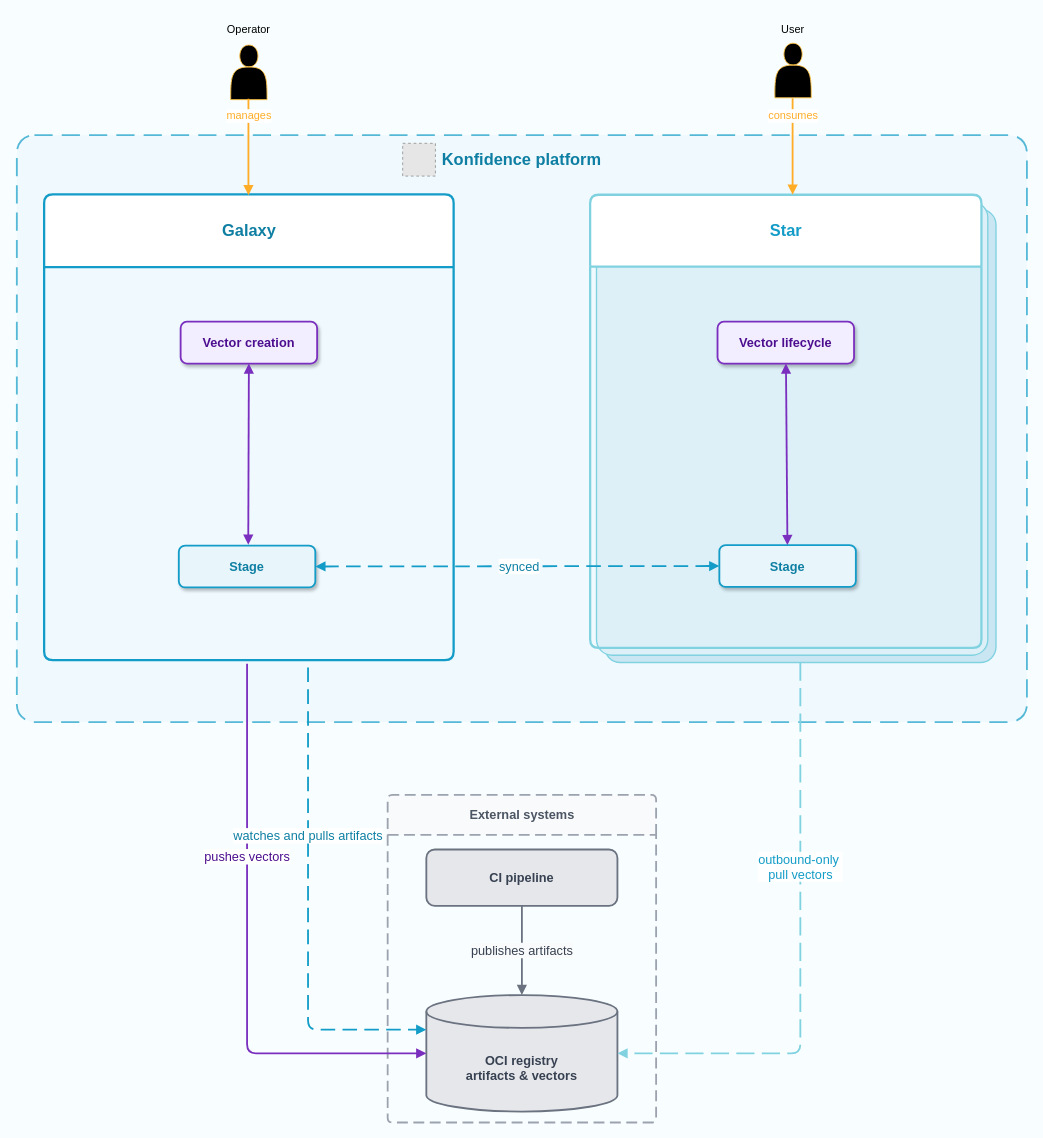
The draw.io diagram public/assets/diagrams/konfidence-architecture.drawio in konfidence-project/konfidence-docs, before the edit. Source tidied: cells renumbered, new cells numbered last; positions are measured from the earlier drawing's top-left corner, leaving out a move shared by most shapes. Both pictures are drawn from the tidied source at 91%, with x=0, y=0 at pixel (16, 15). Pictures stored in the file or linked from it are replaced by grey dashed boxes.
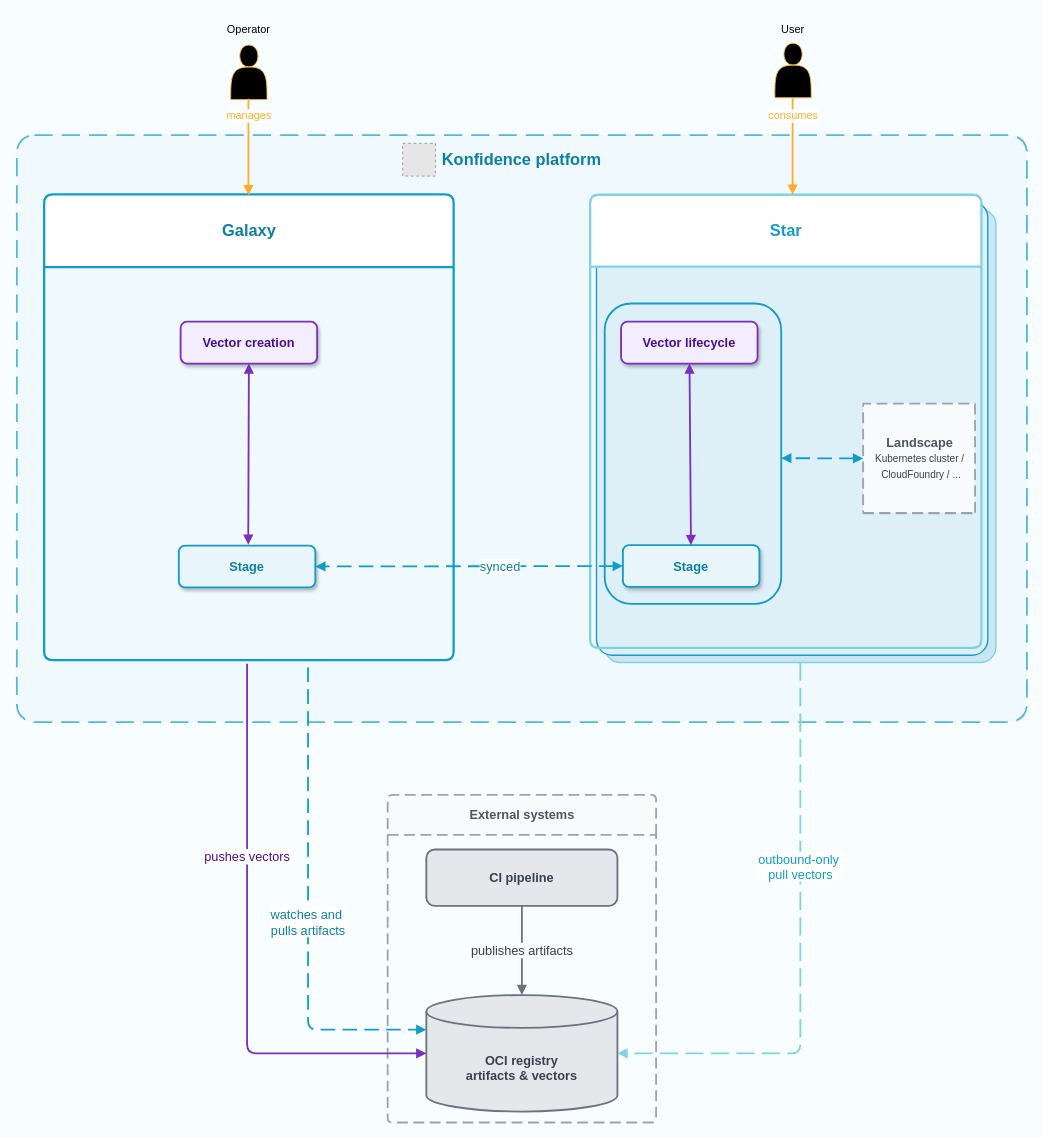
The same page after the edit.

Commit message:
add landscape box

Unchanged cells that the change refers to:
```xml
<mxCell id="5" value="&lt;b&gt;&lt;font style=&quot;font-size: 18px;&quot;&gt;Star&lt;/font&gt;&lt;/b&gt;" style="swimlane;startSize=79;fillColor=#FFFFFF;strokeColor=#80D2E0;strokeWidth=2.5;fontSize=14;fontColor=#139CC7;fontStyle=1;rounded=1;arcSize=4;html=1;" parent="1" vertex="1">
  <mxGeometry x="630" y="196.5" width="430" height="498" as="geometry" />
</mxCell>
<mxCell id="12" value="&lt;b&gt;&lt;font style=&quot;font-size: 14px;&quot;&gt;Stage&lt;/font&gt;&lt;/b&gt;" style="rounded=1;arcSize=15;whiteSpace=wrap;html=1;fillColor=#E8F5FB;strokeColor=#139CC7;strokeWidth=2;fontSize=13;fontColor=#0E7FA3;fontStyle=1;shadow=1;" parent="9" vertex="1">
  <mxGeometry x="148" y="386" width="150" height="46" as="geometry" />
</mxCell>
```

Diff of the diagram source:
```diff
@@
-    <mxCell id="4" style="rounded=1;arcSize=4;fillColor=#DDF0F8;strokeColor=#80D2E0;strokeWidth=1.5;html=1;" parent="1" vertex="1">
+    <mxCell id="4" style="rounded=1;arcSize=4;fillColor=#DDF0F8;strokeColor=light-dark(#139cc7, #ededed);strokeWidth=1.5;html=1;" parent="1" vertex="1">
       <mxGeometry x="637" y="204.5" width="430" height="498" as="geometry" />
     </mxCell>
@@
     <mxCell id="6" value="&lt;b&gt;&lt;font style=&quot;font-size: 14px;&quot;&gt;Stage&lt;/font&gt;&lt;/b&gt;" style="rounded=1;arcSize=15;whiteSpace=wrap;html=1;fillColor=#E8F5FB;strokeColor=#139CC7;strokeWidth=2;fontSize=13;fontColor=#0E7FA3;fontStyle=1;shadow=1;" parent="5" vertex="1">
-      <mxGeometry x="142" y="385" width="150" height="46" as="geometry" />
+      <mxGeometry x="36" y="385" width="150" height="46" as="geometry" />
     </mxCell>
     <mxCell id="7" value="&lt;b&gt;&lt;font style=&quot;font-size: 14px;&quot;&gt;Vector lifecycle&lt;/font&gt;&lt;/b&gt;" style="rounded=1;arcSize=15;whiteSpace=wrap;html=1;fillColor=#F3EEFF;strokeColor=#7B2FBE;strokeWidth=2;fontSize=13;fontColor=#4C0E8F;fontStyle=1;shadow=1;" parent="5" vertex="1">
-      <mxGeometry x="140" y="139.5" width="150" height="46" as="geometry" />
+      <mxGeometry x="34" y="139.5" width="150" height="46" as="geometry" />
     </mxCell>
@@
+    <mxCell id="28" value="&lt;b&gt;Landscape&lt;/b&gt;&lt;div&gt;&lt;span style=&quot;color: rgb(63, 63, 63); font-size: 11px; font-weight: 400;&quot;&gt;Kubernetes cluster /&lt;/span&gt;&lt;/div&gt;&lt;div&gt;&lt;span style=&quot;color: rgb(63, 63, 63); font-size: 11px; font-weight: 400;&quot;&gt;&amp;nbsp;CloudFoundry / ...&lt;/span&gt;&lt;b&gt;&lt;/b&gt;&lt;/div&gt;" style="swimlane;startSize=120;fillColor=#F9FAFB;strokeColor=#9CA3AF;strokeWidth=2;dashed=1;dashPattern=6 3;fontSize=14;fontColor=#4B5563;fontStyle=1;rounded=1;arcSize=4;html=1;" parent="5" vertex="1">
+      <mxGeometry x="300" y="229.5" width="123" height="120.5" as="geometry" />
+    </mxCell>
@@
     <mxCell id="18" value="&lt;font style=&quot;font-size: 14px;&quot;&gt;synced&lt;/font&gt;" style="endArrow=block;startArrow=block;endFill=1;startFill=1;dashed=1;dashPattern=8 4;strokeColor=#139CC7;strokeWidth=2;fontSize=11;fontColor=#0E7FA3;html=1;exitX=0;exitY=0.5;exitDx=0;exitDy=0;entryX=1;entryY=0.5;entryDx=0;entryDy=0;labelBackgroundColor=#FFFFFF;" parent="1" edge="1" source="6" target="12">
-      <mxGeometry x="-0.01" relative="1" as="geometry" />
+      <mxGeometry x="-0.2" relative="1" as="geometry" />
     </mxCell>
@@
-    <mxCell id="27" value="&lt;font style=&quot;font-size: 14px;&quot;&gt;watches and pulls artifacts&lt;/font&gt;" style="endArrow=block;endFill=1;dashed=1;dashPattern=8 4;strokeColor=#139CC7;strokeWidth=2;fontSize=11;fontColor=#0E7FA3;html=1;edgeStyle=orthogonalEdgeStyle;labelBackgroundColor=#FFFFFF;" parent="1" edge="1">
-      <mxGeometry x="-0.3" relative="1" as="geometry">
+    <mxCell id="27" value="&lt;font style=&quot;font-size: 14px;&quot;&gt;watches and&amp;nbsp;&lt;/font&gt;&lt;div&gt;&lt;font style=&quot;font-size: 14px;&quot;&gt;pulls artifacts&lt;/font&gt;&lt;/div&gt;" style="endArrow=block;endFill=1;dashed=1;dashPattern=8 4;strokeColor=#139CC7;strokeWidth=2;fontSize=11;fontColor=#0E7FA3;html=1;edgeStyle=orthogonalEdgeStyle;labelBackgroundColor=#FFFFFF;" parent="1" edge="1">
+      <mxGeometry x="0.06" relative="1" as="geometry">
         <mxPoint x="320" y="716" as="sourcePoint" />
         <mxPoint x="450" y="1114" as="targetPoint" />
         <Array as="points">
           <mxPoint x="320.5" y="1114" />
         </Array>
       </mxGeometry>
     </mxCell>
+    <mxCell id="29" style="rounded=1;whiteSpace=wrap;html=1;strokeColor=light-dark(#139cc7, #ededed);strokeWidth=2;fillColor=none;" parent="1" vertex="1">
+      <mxGeometry x="646" y="316" width="194" height="330" as="geometry" />
+    </mxCell>
+    <mxCell id="30" style="endArrow=block;startArrow=block;endFill=1;startFill=1;dashed=1;dashPattern=8 4;strokeColor=#139CC7;strokeWidth=2;fontSize=11;fontColor=#0E7FA3;html=1;labelBackgroundColor=#FFFFFF;exitX=0;exitY=0.5;exitDx=0;exitDy=0;" parent="1" edge="1" source="28">
+      <mxGeometry x="0.09" y="21" relative="1" as="geometry">
+        <mxPoint x="840" y="486" as="targetPoint" />
+      </mxGeometry>
+    </mxCell>
```
